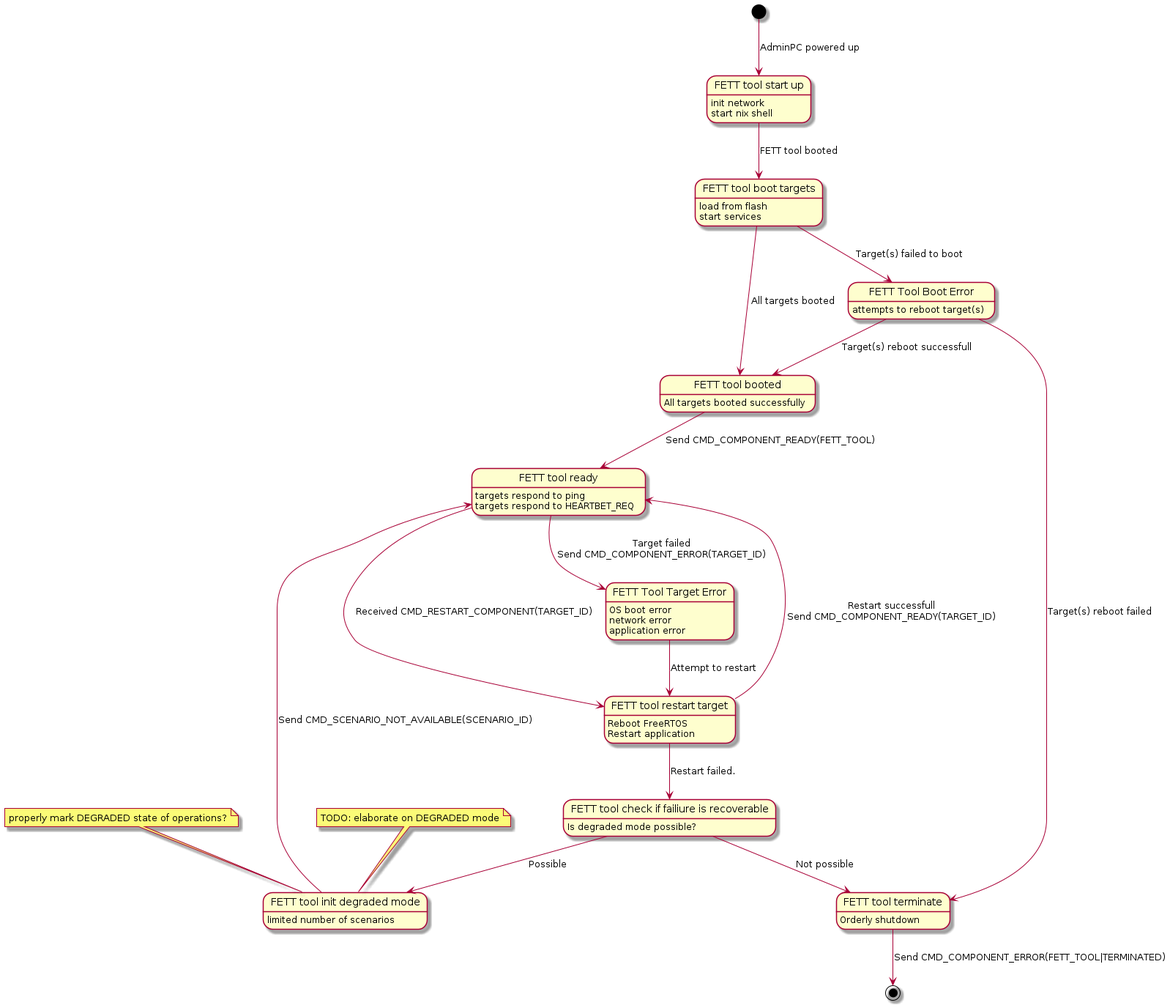
The PlantUML diagram fett/cyberPhys/specs/state_machine_fett_tool.png in GaloisInc/BESSPIN-Tool-Suite, before a commit.
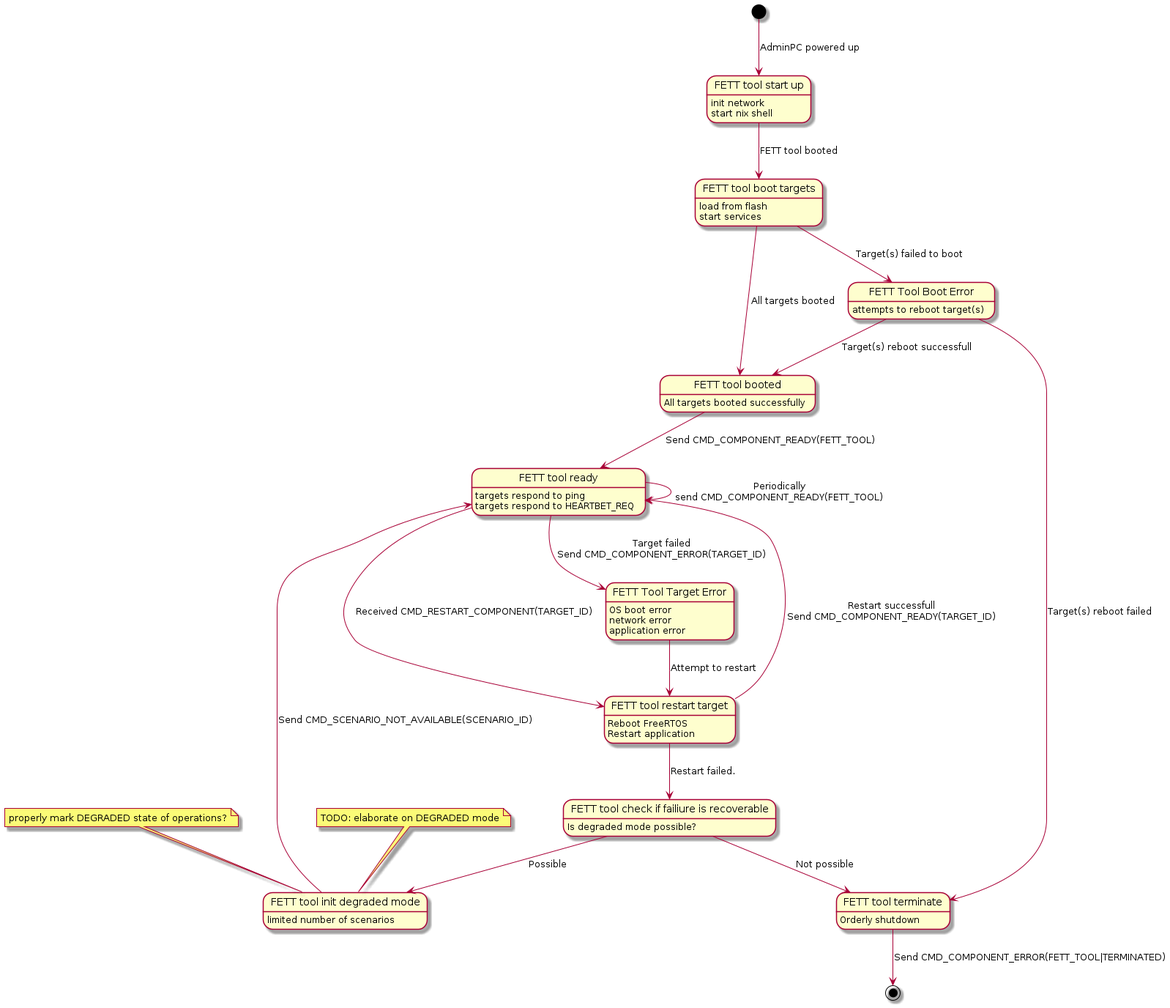
Above is the later version.

Commit message:
Add periodical sending of CMD_COMPONENT_READY to avoid loosing the ready message upon startup (helps with synchronization of the components)

What changed in the source:
```diff
@@ -22,6 +22,8 @@
 FettToolBootError --> FettToolTerminate: Target(s) reboot failed
 
 FettToolBooted --> FettToolReady: Send CMD_COMPONENT_READY(FETT_TOOL)
+
+FettToolReady --> FettToolReady: Periodically\nsend CMD_COMPONENT_READY(FETT_TOOL)
 
 state "FETT Tool Target Error" as FettToolTargetError
 FettToolTargetError: OS boot error
```
